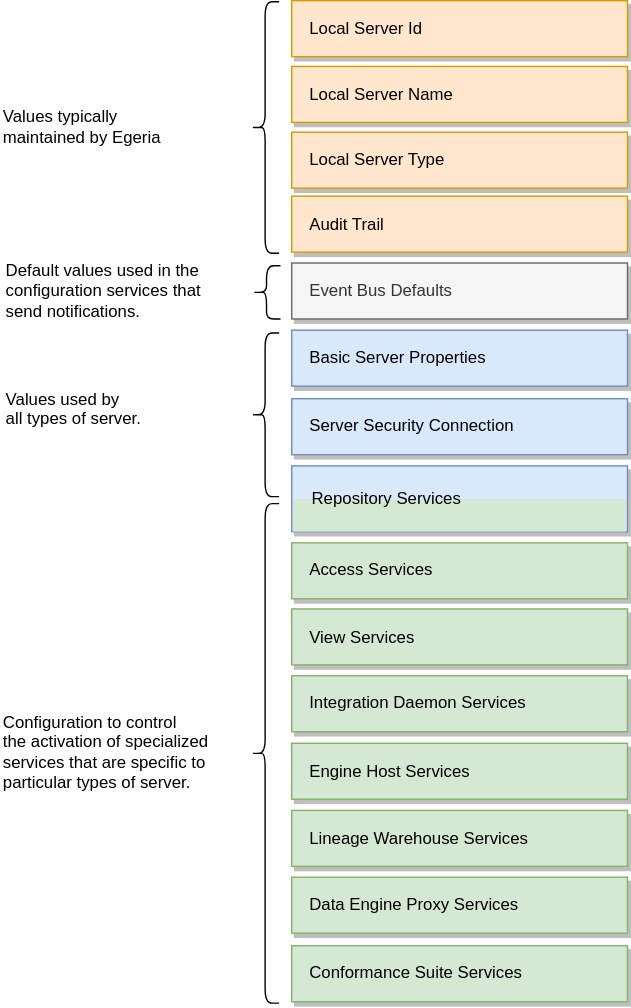
This is site/docs/guides/admin/servers/configuration-document-structure-simplified.svg from odpi/egeria-docs, a draw.io export, as it was before one commit. Source tidied: cells renumbered, new cells last; positions are measured from the earlier drawing's top-left corner, leaving out a move shared by most shapes. The source it was exported from:
```xml
<mxGraphModel>
  <root>
    <mxCell id="0" />
    <mxCell id="1" parent="0" />
    <mxCell id="2" value="Local Server Id" style="rounded=0;whiteSpace=wrap;html=1;fontSize=12;align=left;spacingLeft=11;fillColor=#ffe6cc;strokeColor=#d79b00;shadow=1;" parent="1" vertex="1">
      <mxGeometry x="208" y="-0.2" width="240" height="40" as="geometry" />
    </mxCell>
    <mxCell id="3" value="Local Server Name" style="rounded=0;whiteSpace=wrap;html=1;fontSize=12;align=left;spacingLeft=11;fillColor=#ffe6cc;strokeColor=#d79b00;shadow=1;" parent="1" vertex="1">
      <mxGeometry x="208" y="46.8" width="240" height="40" as="geometry" />
    </mxCell>
    <mxCell id="4" value="Local Server Type" style="rounded=0;whiteSpace=wrap;html=1;fontSize=12;align=left;spacingLeft=11;fillColor=#ffe6cc;strokeColor=#d79b00;shadow=1;" parent="1" vertex="1">
      <mxGeometry x="208" y="93.8" width="240" height="40" as="geometry" />
    </mxCell>
    <mxCell id="5" value="Event Bus Defaults" style="rounded=0;whiteSpace=wrap;html=1;fontSize=12;align=left;spacingLeft=11;fillColor=#f5f5f5;strokeColor=#666666;shadow=1;fontColor=#333333;" parent="1" vertex="1">
      <mxGeometry x="208" y="187.2" width="240" height="40" as="geometry" />
    </mxCell>
    <mxCell id="6" value="Access Services" style="rounded=0;whiteSpace=wrap;html=1;fontSize=12;align=left;spacingLeft=11;fillColor=#d5e8d4;strokeColor=#82b366;shadow=1;" parent="1" vertex="1">
      <mxGeometry x="208" y="387.2" width="240" height="40" as="geometry" />
    </mxCell>
    <mxCell id="7" value="Conformance Suite Services" style="rounded=0;whiteSpace=wrap;html=1;fontSize=12;align=left;spacingLeft=11;fillColor=#d5e8d4;strokeColor=#82b366;shadow=1;" parent="1" vertex="1">
      <mxGeometry x="208" y="675.2" width="240" height="40" as="geometry" />
    </mxCell>
    <mxCell id="8" value="Engine Host Services" style="rounded=0;whiteSpace=wrap;html=1;fontSize=12;align=left;spacingLeft=11;fillColor=#d5e8d4;strokeColor=#82b366;shadow=1;" parent="1" vertex="1">
      <mxGeometry x="208" y="530.5" width="240" height="40" as="geometry" />
    </mxCell>
    <mxCell id="9" value="Lineage Warehouse Services" style="rounded=0;whiteSpace=wrap;html=1;fontSize=12;align=left;spacingLeft=11;fillColor=#d5e8d4;strokeColor=#82b366;shadow=1;" parent="1" vertex="1">
      <mxGeometry x="208" y="578.5" width="240" height="40" as="geometry" />
    </mxCell>
    <mxCell id="10" value="Data Engine Proxy Services" style="rounded=0;whiteSpace=wrap;html=1;fontSize=12;align=left;spacingLeft=11;fillColor=#d5e8d4;strokeColor=#82b366;shadow=1;" parent="1" vertex="1">
      <mxGeometry x="208" y="626.2" width="240" height="40" as="geometry" />
    </mxCell>
    <mxCell id="11" value="Audit Trail" style="rounded=0;whiteSpace=wrap;html=1;fontSize=12;align=left;spacingLeft=11;fillColor=#ffe6cc;strokeColor=#d79b00;shadow=1;" parent="1" vertex="1">
      <mxGeometry x="208" y="139.5" width="240" height="40" as="geometry" />
    </mxCell>
    <mxCell id="12" style="shape=curlyBracket;whiteSpace=wrap;html=1;rounded=1;fontSize=12;align=left;" parent="1" vertex="1">
      <mxGeometry x="180" y="189.2" width="20" height="38" as="geometry" />
    </mxCell>
    <mxCell id="13" style="shape=curlyBracket;whiteSpace=wrap;html=1;rounded=1;fontSize=12;align=left;" parent="1" vertex="1">
      <mxGeometry x="179" y="237.2" width="20" height="117" as="geometry" />
    </mxCell>
    <mxCell id="14" value="Default values used in the&lt;br&gt;configuration services that&lt;br&gt;send notifications." style="text;html=1;align=left;verticalAlign=top;spacingTop=-4;fontSize=12;" parent="1" vertex="1">
      <mxGeometry x="2" y="182.8" width="157" height="49" as="geometry" />
    </mxCell>
    <mxCell id="15" style="shape=curlyBracket;whiteSpace=wrap;html=1;rounded=1;fontSize=12;align=left;" parent="1" vertex="1">
      <mxGeometry x="179" y="359.2" width="20" height="357" as="geometry" />
    </mxCell>
    <mxCell id="16" value="Values used by&lt;br&gt;all types of server." style="text;html=1;align=left;verticalAlign=top;spacingTop=-4;fontSize=12;" parent="1" vertex="1">
      <mxGeometry x="2" y="275.2" width="115" height="35" as="geometry" />
    </mxCell>
    <mxCell id="17" value="Configuration to control&lt;br&gt;the activation of specialized&lt;br&gt;services that are specific to&lt;br&gt;particular types of server." style="text;html=1;align=left;verticalAlign=top;spacingTop=-4;fontSize=12;" parent="1" vertex="1">
      <mxGeometry y="506" width="157" height="56" as="geometry" />
    </mxCell>
    <mxCell id="18" style="rounded=0;whiteSpace=wrap;html=1;fontSize=12;align=left;spacingLeft=11;fillColor=#dae8fc;strokeColor=#6c8ebf;shadow=1;" parent="1" vertex="1">
      <mxGeometry x="208" y="332.2" width="240" height="47" as="geometry" />
    </mxCell>
    <mxCell id="19" style="rounded=0;whiteSpace=wrap;html=1;fontSize=12;align=left;spacingLeft=11;fillColor=#d5e8d4;strokeColor=none;shadow=0;" parent="1" vertex="1">
      <mxGeometry x="209" y="356.2" width="238" height="23" as="geometry" />
    </mxCell>
    <mxCell id="20" value="Repository Services" style="rounded=1;whiteSpace=wrap;html=1;fontSize=12;align=center;strokeColor=none;fillColor=none;shadow=1;" parent="1" vertex="1">
      <mxGeometry x="216" y="346.2" width="120" height="19" as="geometry" />
    </mxCell>
    <mxCell id="21" value="Server Security Connection" style="rounded=0;whiteSpace=wrap;html=1;fontSize=12;align=left;spacingLeft=11;fillColor=#dae8fc;strokeColor=#6c8ebf;shadow=1;" parent="1" vertex="1">
      <mxGeometry x="208" y="284.2" width="240" height="40" as="geometry" />
    </mxCell>
    <mxCell id="22" value="Integration Daemon Services" style="rounded=0;whiteSpace=wrap;html=1;fontSize=12;align=left;spacingLeft=11;fillColor=#d5e8d4;strokeColor=#82b366;shadow=1;" parent="1" vertex="1">
      <mxGeometry x="208" y="482.2" width="240" height="40" as="geometry" />
    </mxCell>
    <mxCell id="23" value="View Services" style="rounded=0;whiteSpace=wrap;html=1;fontSize=12;align=left;spacingLeft=11;fillColor=#d5e8d4;strokeColor=#82b366;shadow=1;" parent="1" vertex="1">
      <mxGeometry x="208" y="434.5" width="240" height="40" as="geometry" />
    </mxCell>
    <mxCell id="24" value="Basic Server Properties" style="rounded=0;whiteSpace=wrap;html=1;fontSize=12;align=left;spacingLeft=11;fillColor=#dae8fc;strokeColor=#6c8ebf;shadow=1;" parent="1" vertex="1">
      <mxGeometry x="208" y="235.2" width="240" height="40" as="geometry" />
    </mxCell>
    <mxCell id="25" style="shape=curlyBracket;whiteSpace=wrap;html=1;rounded=1;fontSize=12;align=left;" parent="1" vertex="1">
      <mxGeometry x="179" y="0.5" width="20" height="179.8" as="geometry" />
    </mxCell>
    <mxCell id="26" value="Values typically&lt;br&gt;maintained by Egeria" style="text;html=1;align=left;verticalAlign=middle;strokeColor=none;fillColor=none;" parent="1" vertex="1">
      <mxGeometry y="69.9" width="131" height="41" as="geometry" />
    </mxCell>
  </root>
</mxGraphModel>
```
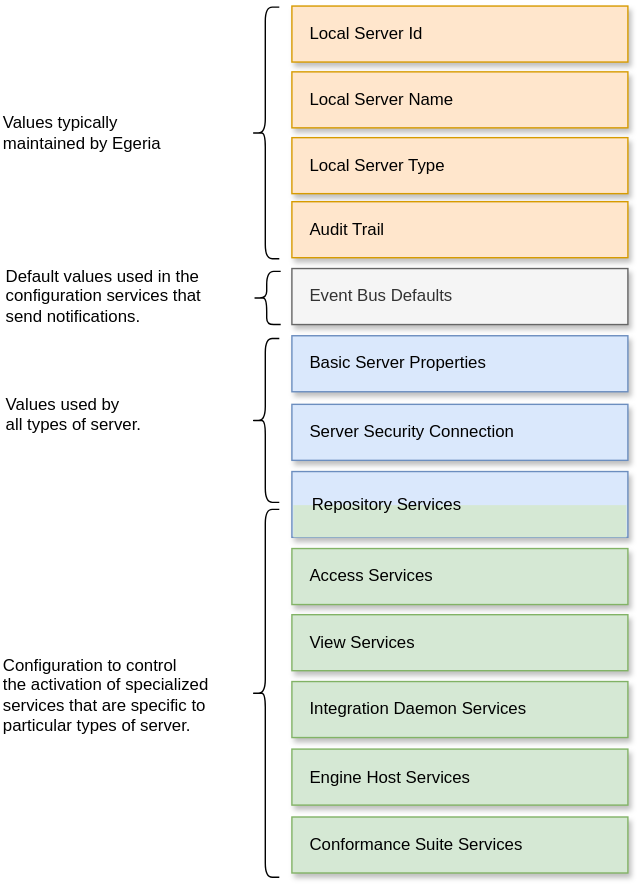
Above is the later version.

The edit, as a diff of the source:
```diff
@@ -18,64 +18,58 @@
       <mxGeometry x="208" y="387.2" width="240" height="40" as="geometry" />
     </mxCell>
     <mxCell id="7" value="Conformance Suite Services" style="rounded=0;whiteSpace=wrap;html=1;fontSize=12;align=left;spacingLeft=11;fillColor=#d5e8d4;strokeColor=#82b366;shadow=1;" parent="1" vertex="1">
-      <mxGeometry x="208" y="675.2" width="240" height="40" as="geometry" />
+      <mxGeometry x="208" y="579" width="240" height="40" as="geometry" />
     </mxCell>
     <mxCell id="8" value="Engine Host Services" style="rounded=0;whiteSpace=wrap;html=1;fontSize=12;align=left;spacingLeft=11;fillColor=#d5e8d4;strokeColor=#82b366;shadow=1;" parent="1" vertex="1">
       <mxGeometry x="208" y="530.5" width="240" height="40" as="geometry" />
     </mxCell>
-    <mxCell id="9" value="Lineage Warehouse Services" style="rounded=0;whiteSpace=wrap;html=1;fontSize=12;align=left;spacingLeft=11;fillColor=#d5e8d4;strokeColor=#82b366;shadow=1;" parent="1" vertex="1">
-      <mxGeometry x="208" y="578.5" width="240" height="40" as="geometry" />
+    <mxCell id="9" value="Audit Trail" style="rounded=0;whiteSpace=wrap;html=1;fontSize=12;align=left;spacingLeft=11;fillColor=#ffe6cc;strokeColor=#d79b00;shadow=1;" parent="1" vertex="1">
+      <mxGeometry x="208" y="139.5" width="240" height="40" as="geometry" />
     </mxCell>
-    <mxCell id="10" value="Data Engine Proxy Services" style="rounded=0;whiteSpace=wrap;html=1;fontSize=12;align=left;spacingLeft=11;fillColor=#d5e8d4;strokeColor=#82b366;shadow=1;" parent="1" vertex="1">
-      <mxGeometry x="208" y="626.2" width="240" height="40" as="geometry" />
+    <mxCell id="10" style="shape=curlyBracket;whiteSpace=wrap;html=1;rounded=1;fontSize=12;align=left;" parent="1" vertex="1">
+      <mxGeometry x="180" y="189.2" width="20" height="38" as="geometry" />
     </mxCell>
-    <mxCell id="11" value="Audit Trail" style="rounded=0;whiteSpace=wrap;html=1;fontSize=12;align=left;spacingLeft=11;fillColor=#ffe6cc;strokeColor=#d79b00;shadow=1;" parent="1" vertex="1">
-      <mxGeometry x="208" y="139.5" width="240" height="40" as="geometry" />
+    <mxCell id="11" style="shape=curlyBracket;whiteSpace=wrap;html=1;rounded=1;fontSize=12;align=left;" parent="1" vertex="1">
+      <mxGeometry x="179" y="237.2" width="20" height="117" as="geometry" />
     </mxCell>
-    <mxCell id="12" style="shape=curlyBracket;whiteSpace=wrap;html=1;rounded=1;fontSize=12;align=left;" parent="1" vertex="1">
-      <mxGeometry x="180" y="189.2" width="20" height="38" as="geometry" />
+    <mxCell id="12" value="Default values used in the&lt;br&gt;configuration services that&lt;br&gt;send notifications." style="text;html=1;align=left;verticalAlign=top;spacingTop=-4;fontSize=12;" parent="1" vertex="1">
+      <mxGeometry x="2" y="182.8" width="157" height="49" as="geometry" />
     </mxCell>
     <mxCell id="13" style="shape=curlyBracket;whiteSpace=wrap;html=1;rounded=1;fontSize=12;align=left;" parent="1" vertex="1">
-      <mxGeometry x="179" y="237.2" width="20" height="117" as="geometry" />
+      <mxGeometry x="179" y="359.2" width="20" height="262.8" as="geometry" />
     </mxCell>
-    <mxCell id="14" value="Default values used in the&lt;br&gt;configuration services that&lt;br&gt;send notifications." style="text;html=1;align=left;verticalAlign=top;spacingTop=-4;fontSize=12;" parent="1" vertex="1">
-      <mxGeometry x="2" y="182.8" width="157" height="49" as="geometry" />
+    <mxCell id="14" value="Values used by&lt;br&gt;all types of server." style="text;html=1;align=left;verticalAlign=top;spacingTop=-4;fontSize=12;" parent="1" vertex="1">
+      <mxGeometry x="2" y="275.2" width="115" height="35" as="geometry" />
     </mxCell>
-    <mxCell id="15" style="shape=curlyBracket;whiteSpace=wrap;html=1;rounded=1;fontSize=12;align=left;" parent="1" vertex="1">
-      <mxGeometry x="179" y="359.2" width="20" height="357" as="geometry" />
+    <mxCell id="15" value="Configuration to control&lt;br&gt;the activation of specialized&lt;br&gt;services that are specific to&lt;br&gt;particular types of server." style="text;html=1;align=left;verticalAlign=top;spacingTop=-4;fontSize=12;" parent="1" vertex="1">
+      <mxGeometry y="461" width="157" height="56" as="geometry" />
     </mxCell>
-    <mxCell id="16" value="Values used by&lt;br&gt;all types of server." style="text;html=1;align=left;verticalAlign=top;spacingTop=-4;fontSize=12;" parent="1" vertex="1">
-      <mxGeometry x="2" y="275.2" width="115" height="35" as="geometry" />
+    <mxCell id="16" style="rounded=0;whiteSpace=wrap;html=1;fontSize=12;align=left;spacingLeft=11;fillColor=#dae8fc;strokeColor=#6c8ebf;shadow=1;" parent="1" vertex="1">
+      <mxGeometry x="208" y="332.2" width="240" height="47" as="geometry" />
     </mxCell>
-    <mxCell id="17" value="Configuration to control&lt;br&gt;the activation of specialized&lt;br&gt;services that are specific to&lt;br&gt;particular types of server." style="text;html=1;align=left;verticalAlign=top;spacingTop=-4;fontSize=12;" parent="1" vertex="1">
-      <mxGeometry y="506" width="157" height="56" as="geometry" />
+    <mxCell id="17" style="rounded=0;whiteSpace=wrap;html=1;fontSize=12;align=left;spacingLeft=11;fillColor=#d5e8d4;strokeColor=none;shadow=0;" parent="1" vertex="1">
+      <mxGeometry x="209" y="356.2" width="238" height="23" as="geometry" />
     </mxCell>
-    <mxCell id="18" style="rounded=0;whiteSpace=wrap;html=1;fontSize=12;align=left;spacingLeft=11;fillColor=#dae8fc;strokeColor=#6c8ebf;shadow=1;" parent="1" vertex="1">
-      <mxGeometry x="208" y="332.2" width="240" height="47" as="geometry" />
+    <mxCell id="18" value="Repository Services" style="rounded=1;whiteSpace=wrap;html=1;fontSize=12;align=center;strokeColor=none;fillColor=none;shadow=1;" parent="1" vertex="1">
+      <mxGeometry x="216" y="346.2" width="120" height="19" as="geometry" />
     </mxCell>
-    <mxCell id="19" style="rounded=0;whiteSpace=wrap;html=1;fontSize=12;align=left;spacingLeft=11;fillColor=#d5e8d4;strokeColor=none;shadow=0;" parent="1" vertex="1">
-      <mxGeometry x="209" y="356.2" width="238" height="23" as="geometry" />
+    <mxCell id="19" value="Server Security Connection" style="rounded=0;whiteSpace=wrap;html=1;fontSize=12;align=left;spacingLeft=11;fillColor=#dae8fc;strokeColor=#6c8ebf;shadow=1;" parent="1" vertex="1">
+      <mxGeometry x="208" y="284.2" width="240" height="40" as="geometry" />
     </mxCell>
-    <mxCell id="20" value="Repository Services" style="rounded=1;whiteSpace=wrap;html=1;fontSize=12;align=center;strokeColor=none;fillColor=none;shadow=1;" parent="1" vertex="1">
-      <mxGeometry x="216" y="346.2" width="120" height="19" as="geometry" />
+    <mxCell id="20" value="Integration Daemon Services" style="rounded=0;whiteSpace=wrap;html=1;fontSize=12;align=left;spacingLeft=11;fillColor=#d5e8d4;strokeColor=#82b366;shadow=1;" parent="1" vertex="1">
+      <mxGeometry x="208" y="482.2" width="240" height="40" as="geometry" />
     </mxCell>
-    <mxCell id="21" value="Server Security Connection" style="rounded=0;whiteSpace=wrap;html=1;fontSize=12;align=left;spacingLeft=11;fillColor=#dae8fc;strokeColor=#6c8ebf;shadow=1;" parent="1" vertex="1">
-      <mxGeometry x="208" y="284.2" width="240" height="40" as="geometry" />
+    <mxCell id="21" value="View Services" style="rounded=0;whiteSpace=wrap;html=1;fontSize=12;align=left;spacingLeft=11;fillColor=#d5e8d4;strokeColor=#82b366;shadow=1;" parent="1" vertex="1">
+      <mxGeometry x="208" y="434.5" width="240" height="40" as="geometry" />
     </mxCell>
-    <mxCell id="22" value="Integration Daemon Services" style="rounded=0;whiteSpace=wrap;html=1;fontSize=12;align=left;spacingLeft=11;fillColor=#d5e8d4;strokeColor=#82b366;shadow=1;" parent="1" vertex="1">
-      <mxGeometry x="208" y="482.2" width="240" height="40" as="geometry" />
+    <mxCell id="22" value="Basic Server Properties" style="rounded=0;whiteSpace=wrap;html=1;fontSize=12;align=left;spacingLeft=11;fillColor=#dae8fc;strokeColor=#6c8ebf;shadow=1;" parent="1" vertex="1">
+      <mxGeometry x="208" y="235.2" width="240" height="40" as="geometry" />
     </mxCell>
-    <mxCell id="23" value="View Services" style="rounded=0;whiteSpace=wrap;html=1;fontSize=12;align=left;spacingLeft=11;fillColor=#d5e8d4;strokeColor=#82b366;shadow=1;" parent="1" vertex="1">
-      <mxGeometry x="208" y="434.5" width="240" height="40" as="geometry" />
+    <mxCell id="23" style="shape=curlyBracket;whiteSpace=wrap;html=1;rounded=1;fontSize=12;align=left;" parent="1" vertex="1">
+      <mxGeometry x="179" y="0.5" width="20" height="179.8" as="geometry" />
     </mxCell>
-    <mxCell id="24" value="Basic Server Properties" style="rounded=0;whiteSpace=wrap;html=1;fontSize=12;align=left;spacingLeft=11;fillColor=#dae8fc;strokeColor=#6c8ebf;shadow=1;" parent="1" vertex="1">
-      <mxGeometry x="208" y="235.2" width="240" height="40" as="geometry" />
+    <mxCell id="24" value="Values typically&lt;br&gt;maintained by Egeria" style="text;html=1;align=left;verticalAlign=middle;strokeColor=none;fillColor=none;" parent="1" vertex="1">
+      <mxGeometry y="69.9" width="131" height="41" as="geometry" />
     </mxCell>
-    <mxCell id="25" style="shape=curlyBracket;whiteSpace=wrap;html=1;rounded=1;fontSize=12;align=left;" parent="1" vertex="1">
-      <mxGeometry x="179" y="0.5" width="20" height="179.8" as="geometry" />
-    </mxCell>
-    <mxCell id="26" value="Values typically&lt;br&gt;maintained by Egeria" style="text;html=1;align=left;verticalAlign=middle;strokeColor=none;fillColor=none;" parent="1" vertex="1">
-      <mxGeometry y="69.9" width="131" height="41" as="geometry" />
-    </mxCell>
   </root>
 </mxGraphModel>
```
